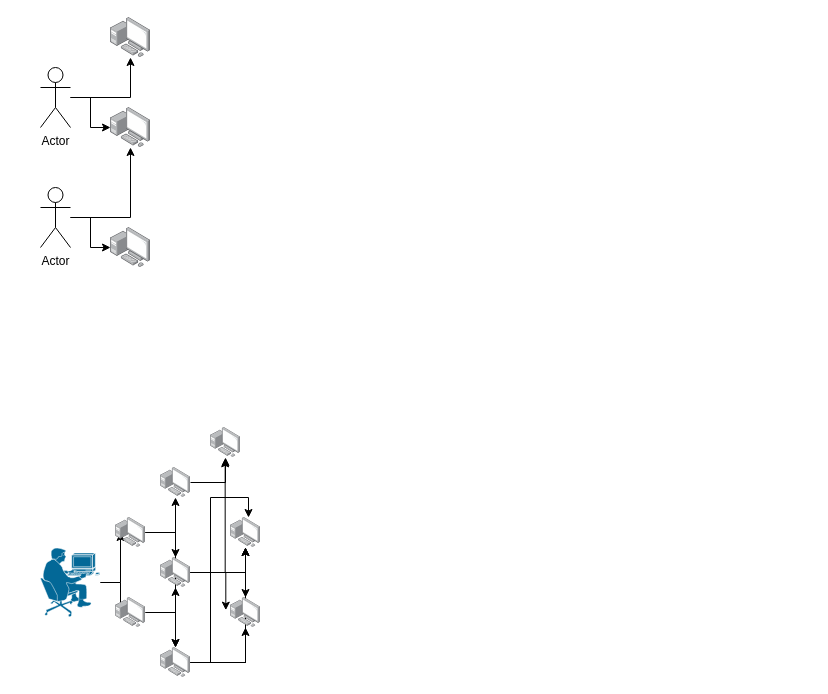
The draw.io diagram Untitled Diagram.drawio in manny-uncharted/Deep-learning-projects, before the edit. Source tidied: cells renumbered, new cells numbered last; positions are measured from the earlier drawing's top-left corner, leaving out a move shared by most shapes. Both pictures are drawn from the tidied source at 100%, with x=0, y=0 at pixel (40, 17).
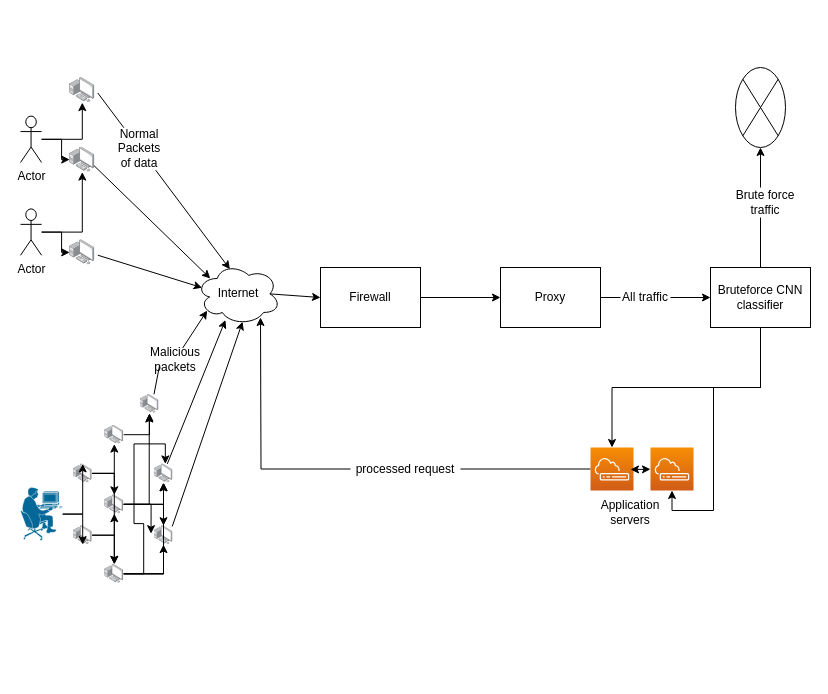
After the change.

Diff of the diagram source:
```diff
@@
-    <mxCell id="2" style="edgeStyle=orthogonalEdgeStyle;rounded=0;jettySize=auto;html=1;" parent="1" edge="1" source="4" target="8">
-      <mxGeometry relative="1" as="geometry" />
-    </mxCell>
-    <mxCell id="3" style="edgeStyle=orthogonalEdgeStyle;rounded=0;jettySize=auto;html=1;" parent="1" edge="1" source="4" target="9">
-      <mxGeometry relative="1" as="geometry" />
-    </mxCell>
+    <mxCell id="36" style="group;" parent="1" vertex="1">
+      <mxGeometry x="-20" y="60" width="260" height="510" as="geometry" />
+    </mxCell>
+    <mxCell id="37" value="Internet" style="ellipse;shape=cloud;whiteSpace=wrap;html=1;" parent="36" vertex="1">
+      <mxGeometry x="175.7" y="185.5" width="84.3" height="61.8" as="geometry" />
+    </mxCell>
+    <mxCell id="38" style="group;" parent="36" vertex="1">
+      <mxGeometry width="175.7" height="510" as="geometry" />
+    </mxCell>
-    <mxCell id="4" value="Actor" style="shape=umlActor;verticalLabelPosition=bottom;verticalAlign=top;html=1;" parent="1" vertex="1">
-      <mxGeometry y="50" width="30" height="60" as="geometry" />
+    <mxCell id="4" value="Actor" style="shape=umlActor;verticalLabelPosition=bottom;verticalAlign=top;html=1;" parent="38" vertex="1">
+      <mxGeometry y="38.6" width="21.1" height="46.4" as="geometry" />
     </mxCell>
-    <mxCell id="5" style="edgeStyle=orthogonalEdgeStyle;rounded=0;jettySize=auto;html=1;" parent="1" edge="1" source="7" target="9">
-      <mxGeometry relative="1" as="geometry" />
-    </mxCell>
-    <mxCell id="6" style="edgeStyle=orthogonalEdgeStyle;rounded=0;jettySize=auto;html=1;" parent="1" edge="1" source="7" target="10">
-      <mxGeometry relative="1" as="geometry" />
-    </mxCell>
-    <mxCell id="7" value="Actor" style="shape=umlActor;verticalLabelPosition=bottom;verticalAlign=top;html=1;" parent="1" vertex="1">
-      <mxGeometry y="170" width="30" height="60" as="geometry" />
+    <mxCell id="7" value="Actor" style="shape=umlActor;verticalLabelPosition=bottom;verticalAlign=top;html=1;" parent="38" vertex="1">
+      <mxGeometry y="131.4" width="21.1" height="46.4" as="geometry" />
     </mxCell>
-    <mxCell id="8" style="points=[];html=1;align=center;shadow=0;dashed=0;image;image=img/lib/allied_telesis/computer_and_terminals/Personal_Computer_with_Server.svg;" parent="1" vertex="1">
-      <mxGeometry x="70" width="40" height="40" as="geometry" />
+    <mxCell id="8" style="points=[];html=1;align=center;shadow=0;dashed=0;image;image=img/lib/allied_telesis/computer_and_terminals/Personal_Computer_with_Server.svg;" parent="38" vertex="1">
+      <mxGeometry x="49.2" width="25.1" height="25.1" as="geometry" />
     </mxCell>
-    <mxCell id="9" style="points=[];html=1;align=center;shadow=0;dashed=0;image;image=img/lib/allied_telesis/computer_and_terminals/Personal_Computer_with_Server.svg;" parent="1" vertex="1">
-      <mxGeometry x="70" y="90" width="40" height="40" as="geometry" />
-    </mxCell>
+    <mxCell id="2" style="edgeStyle=orthogonalEdgeStyle;rounded=0;jettySize=auto;html=1;" parent="38" edge="1" source="4" target="8">
+      <mxGeometry relative="1" as="geometry" />
+    </mxCell>
-    <mxCell id="10" style="points=[];html=1;align=center;shadow=0;dashed=0;image;image=img/lib/allied_telesis/computer_and_terminals/Personal_Computer_with_Server.svg;" parent="1" vertex="1">
-      <mxGeometry x="70" y="210" width="40" height="40" as="geometry" />
+    <mxCell id="10" style="points=[];html=1;align=center;shadow=0;dashed=0;image;image=img/lib/allied_telesis/computer_and_terminals/Personal_Computer_with_Server.svg;" parent="38" vertex="1">
+      <mxGeometry x="49.2" y="162.3" width="25.1" height="25.1" as="geometry" />
     </mxCell>
+    <mxCell id="6" style="edgeStyle=orthogonalEdgeStyle;rounded=0;jettySize=auto;html=1;" parent="38" edge="1" source="7" target="10">
+      <mxGeometry relative="1" as="geometry" />
+    </mxCell>
+    <mxCell id="13" style="shape=mxgraph.cisco.people.pc_man;html=1;dashed=0;fillColor=#036897;strokeColor=#ffffff;strokeWidth=2;verticalLabelPosition=bottom;verticalAlign=top;align=center;outlineConnect=0;" parent="38" vertex="1">
+      <mxGeometry y="409.5" width="42.2" height="54.1" as="geometry" />
+    </mxCell>
+    <mxCell id="17" style="points=[];html=1;align=center;shadow=0;dashed=0;image;image=img/lib/allied_telesis/computer_and_terminals/Personal_Computer_with_Server.svg;" parent="38" vertex="1">
+      <mxGeometry x="52.7" y="386.4" width="18.9" height="18.9" as="geometry" />
+    </mxCell>
-    <mxCell id="11" style="edgeStyle=orthogonalEdgeStyle;rounded=0;jettySize=auto;html=1;" parent="1" edge="1" source="13" target="17">
+    <mxCell id="11" style="edgeStyle=orthogonalEdgeStyle;rounded=0;jettySize=auto;html=1;" parent="38" edge="1" source="13" target="17">
       <mxGeometry relative="1" as="geometry" />
     </mxCell>
+    <mxCell id="20" style="points=[];html=1;align=center;shadow=0;dashed=0;image;image=img/lib/allied_telesis/computer_and_terminals/Personal_Computer_with_Server.svg;" parent="38" vertex="1">
+      <mxGeometry x="52.7" y="448.2" width="18.9" height="18.9" as="geometry" />
+    </mxCell>
-    <mxCell id="12" style="edgeStyle=orthogonalEdgeStyle;rounded=0;jettySize=auto;html=1;" parent="1" edge="1" source="13" target="20">
+    <mxCell id="12" style="edgeStyle=orthogonalEdgeStyle;rounded=0;jettySize=auto;html=1;" parent="38" edge="1" source="13" target="20">
       <mxGeometry relative="1" as="geometry" />
     </mxCell>
-    <mxCell id="13" style="shape=mxgraph.cisco.people.pc_man;html=1;dashed=0;fillColor=#036897;strokeColor=#ffffff;strokeWidth=2;verticalLabelPosition=bottom;verticalAlign=top;align=center;outlineConnect=0;" parent="1" vertex="1">
-      <mxGeometry y="530" width="60" height="70" as="geometry" />
-    </mxCell>
+    <mxCell id="22" style="points=[];html=1;align=center;shadow=0;dashed=0;image;image=img/lib/allied_telesis/computer_and_terminals/Personal_Computer_with_Server.svg;" parent="38" vertex="1">
+      <mxGeometry x="84.3" y="347.7" width="18.9" height="18.9" as="geometry" />
+    </mxCell>
-    <mxCell id="14" style="edgeStyle=orthogonalEdgeStyle;rounded=0;jettySize=auto;html=1;" parent="1" edge="1" source="17" target="22">
+    <mxCell id="14" style="edgeStyle=orthogonalEdgeStyle;rounded=0;jettySize=auto;html=1;" parent="38" edge="1" source="17" target="22">
       <mxGeometry relative="1" as="geometry" />
     </mxCell>
+    <mxCell id="27" style="points=[];html=1;align=center;shadow=0;dashed=0;image;image=img/lib/allied_telesis/computer_and_terminals/Personal_Computer_with_Server.svg;" parent="38" vertex="1">
+      <mxGeometry x="84.3" y="417.3" width="18.9" height="18.9" as="geometry" />
+    </mxCell>
-    <mxCell id="15" style="edgeStyle=orthogonalEdgeStyle;rounded=0;jettySize=auto;html=1;" parent="1" edge="1" source="17" target="27">
+    <mxCell id="15" style="edgeStyle=orthogonalEdgeStyle;rounded=0;jettySize=auto;html=1;" parent="38" edge="1" source="17" target="27">
       <mxGeometry relative="1" as="geometry" />
     </mxCell>
+    <mxCell id="19" style="edgeStyle=orthogonalEdgeStyle;rounded=0;jettySize=auto;html=1;" parent="38" edge="1" source="20" target="27">
+      <mxGeometry relative="1" as="geometry" />
+    </mxCell>
+    <mxCell id="32" style="points=[];html=1;align=center;shadow=0;dashed=0;image;image=img/lib/allied_telesis/computer_and_terminals/Personal_Computer_with_Server.svg;" parent="38" vertex="1">
+      <mxGeometry x="84.3" y="486.8" width="18.9" height="18.9" as="geometry" />
+    </mxCell>
-    <mxCell id="16" style="edgeStyle=orthogonalEdgeStyle;rounded=0;jettySize=auto;html=1;" parent="1" edge="1" source="17" target="32">
+    <mxCell id="16" style="edgeStyle=orthogonalEdgeStyle;rounded=0;jettySize=auto;html=1;" parent="38" edge="1" source="17" target="32">
       <mxGeometry relative="1" as="geometry" />
     </mxCell>
-    <mxCell id="17" style="points=[];html=1;align=center;shadow=0;dashed=0;image;image=img/lib/allied_telesis/computer_and_terminals/Personal_Computer_with_Server.svg;" parent="1" vertex="1">
-      <mxGeometry x="75" y="500" width="30" height="30" as="geometry" />
-    </mxCell>
-    <mxCell id="18" style="edgeStyle=orthogonalEdgeStyle;rounded=0;jettySize=auto;html=1;" parent="1" edge="1" source="20" target="32">
+    <mxCell id="18" style="edgeStyle=orthogonalEdgeStyle;rounded=0;jettySize=auto;html=1;" parent="38" edge="1" source="20" target="32">
       <mxGeometry relative="1" as="geometry" />
     </mxCell>
-    <mxCell id="19" style="edgeStyle=orthogonalEdgeStyle;rounded=0;jettySize=auto;html=1;" parent="1" edge="1" source="20" target="27">
-      <mxGeometry relative="1" as="geometry" />
-    </mxCell>
-    <mxCell id="20" style="points=[];html=1;align=center;shadow=0;dashed=0;image;image=img/lib/allied_telesis/computer_and_terminals/Personal_Computer_with_Server.svg;" parent="1" vertex="1">
-      <mxGeometry x="75" y="580" width="30" height="30" as="geometry" />
-    </mxCell>
-    <mxCell id="21" style="edgeStyle=orthogonalEdgeStyle;rounded=0;jettySize=auto;html=1;" parent="1" edge="1" source="22" target="35">
-      <mxGeometry relative="1" as="geometry" />
-    </mxCell>
-    <mxCell id="22" style="points=[];html=1;align=center;shadow=0;dashed=0;image;image=img/lib/allied_telesis/computer_and_terminals/Personal_Computer_with_Server.svg;" parent="1" vertex="1">
-      <mxGeometry x="120" y="450" width="30" height="30" as="geometry" />
-    </mxCell>
-    <mxCell id="23" style="edgeStyle=orthogonalEdgeStyle;rounded=0;jettySize=auto;html=1;" parent="1" edge="1" source="27" target="34">
-      <mxGeometry relative="1" as="geometry" />
-    </mxCell>
+    <mxCell id="33" style="points=[];html=1;align=center;shadow=0;dashed=0;image;image=img/lib/allied_telesis/computer_and_terminals/Personal_Computer_with_Server.svg;" parent="38" vertex="1">
+      <mxGeometry x="133.5" y="448.2" width="18.9" height="18.9" as="geometry" />
+    </mxCell>
-    <mxCell id="24" style="edgeStyle=orthogonalEdgeStyle;rounded=0;jettySize=auto;html=1;" parent="1" edge="1" source="27" target="33">
+    <mxCell id="24" style="edgeStyle=orthogonalEdgeStyle;rounded=0;jettySize=auto;html=1;" parent="38" edge="1" source="27" target="33">
       <mxGeometry relative="1" as="geometry" />
     </mxCell>
-    <mxCell id="25" style="edgeStyle=orthogonalEdgeStyle;rounded=0;jettySize=auto;html=1;entryX=-0.156;entryY=0.422;entryDx=0;entryDy=0;entryPerimeter=0;" parent="1" edge="1" source="27" target="33">
+    <mxCell id="25" style="edgeStyle=orthogonalEdgeStyle;rounded=0;jettySize=auto;html=1;entryX=-0.156;entryY=0.422;entryDx=0;entryDy=0;entryPerimeter=0;" parent="38" edge="1" source="27" target="33">
       <mxGeometry relative="1" as="geometry" />
     </mxCell>
-    <mxCell id="26" style="edgeStyle=orthogonalEdgeStyle;rounded=0;jettySize=auto;html=1;entryX=0.489;entryY=1.044;entryDx=0;entryDy=0;entryPerimeter=0;" parent="1" edge="1" source="27" target="35">
-      <mxGeometry relative="1" as="geometry" />
-    </mxCell>
-    <mxCell id="27" style="points=[];html=1;align=center;shadow=0;dashed=0;image;image=img/lib/allied_telesis/computer_and_terminals/Personal_Computer_with_Server.svg;" parent="1" vertex="1">
-      <mxGeometry x="120" y="540" width="30" height="30" as="geometry" />
-    </mxCell>
-    <mxCell id="28" style="edgeStyle=orthogonalEdgeStyle;rounded=0;jettySize=auto;html=1;" parent="1" edge="1" source="32" target="33">
+    <mxCell id="28" style="edgeStyle=orthogonalEdgeStyle;rounded=0;jettySize=auto;html=1;" parent="38" edge="1" source="32" target="33">
       <mxGeometry relative="1" as="geometry" />
     </mxCell>
+    <mxCell id="34" style="points=[];html=1;align=center;shadow=0;dashed=0;image;image=img/lib/allied_telesis/computer_and_terminals/Personal_Computer_with_Server.svg;" parent="38" vertex="1">
+      <mxGeometry x="133.5" y="386.4" width="18.9" height="18.9" as="geometry" />
+    </mxCell>
+    <mxCell id="23" style="edgeStyle=orthogonalEdgeStyle;rounded=0;jettySize=auto;html=1;" parent="38" edge="1" source="27" target="34">
+      <mxGeometry relative="1" as="geometry" />
+    </mxCell>
-    <mxCell id="29" style="edgeStyle=orthogonalEdgeStyle;rounded=0;jettySize=auto;html=1;" parent="1" edge="1" source="32" target="34">
+    <mxCell id="29" style="edgeStyle=orthogonalEdgeStyle;rounded=0;jettySize=auto;html=1;" parent="38" edge="1" source="32" target="34">
       <mxGeometry relative="1" as="geometry" />
     </mxCell>
-    <mxCell id="30" style="edgeStyle=orthogonalEdgeStyle;rounded=0;jettySize=auto;html=1;" parent="1" edge="1" source="32" target="34">
+    <mxCell id="30" style="edgeStyle=orthogonalEdgeStyle;rounded=0;jettySize=auto;html=1;" parent="38" edge="1" source="32" target="34">
       <mxGeometry relative="1" as="geometry" />
     </mxCell>
-    <mxCell id="31" style="edgeStyle=orthogonalEdgeStyle;rounded=0;jettySize=auto;html=1;entryX=0.6;entryY=0;entryDx=0;entryDy=0;entryPerimeter=0;" parent="1" edge="1" source="32" target="34">
+    <mxCell id="31" style="edgeStyle=orthogonalEdgeStyle;rounded=0;jettySize=auto;html=1;entryX=0.6;entryY=0;entryDx=0;entryDy=0;entryPerimeter=0;" parent="38" edge="1" source="32" target="34">
       <mxGeometry relative="1" as="geometry" />
     </mxCell>
-    <mxCell id="32" style="points=[];html=1;align=center;shadow=0;dashed=0;image;image=img/lib/allied_telesis/computer_and_terminals/Personal_Computer_with_Server.svg;" parent="1" vertex="1">
-      <mxGeometry x="120" y="630" width="30" height="30" as="geometry" />
-    </mxCell>
-    <mxCell id="33" style="points=[];html=1;align=center;shadow=0;dashed=0;image;image=img/lib/allied_telesis/computer_and_terminals/Personal_Computer_with_Server.svg;" parent="1" vertex="1">
-      <mxGeometry x="190" y="580" width="30" height="30" as="geometry" />
-    </mxCell>
-    <mxCell id="34" style="points=[];html=1;align=center;shadow=0;dashed=0;image;image=img/lib/allied_telesis/computer_and_terminals/Personal_Computer_with_Server.svg;" parent="1" vertex="1">
-      <mxGeometry x="190" y="500" width="30" height="30" as="geometry" />
-    </mxCell>
-    <mxCell id="35" style="points=[];html=1;align=center;shadow=0;dashed=0;image;image=img/lib/allied_telesis/computer_and_terminals/Personal_Computer_with_Server.svg;" parent="1" vertex="1">
-      <mxGeometry x="170" y="410" width="30" height="30" as="geometry" />
+    <mxCell id="35" style="points=[];html=1;align=center;shadow=0;dashed=0;image;image=img/lib/allied_telesis/computer_and_terminals/Personal_Computer_with_Server.svg;" parent="38" vertex="1">
+      <mxGeometry x="119.5" y="316.8" width="18.9" height="18.9" as="geometry" />
     </mxCell>
+    <mxCell id="21" style="edgeStyle=orthogonalEdgeStyle;rounded=0;jettySize=auto;html=1;" parent="38" edge="1" source="22" target="35">
+      <mxGeometry relative="1" as="geometry" />
+    </mxCell>
+    <mxCell id="26" style="edgeStyle=orthogonalEdgeStyle;rounded=0;jettySize=auto;html=1;entryX=0.489;entryY=1.044;entryDx=0;entryDy=0;entryPerimeter=0;" parent="38" edge="1" source="27" target="35">
+      <mxGeometry relative="1" as="geometry" />
+    </mxCell>
+    <mxCell id="39" style="endArrow=classic;html=1;rounded=0;entryX=0.4;entryY=0.1;entryDx=0;entryDy=0;entryPerimeter=0;" parent="38" edge="1" target="37">
+      <mxGeometry relative="1" as="geometry">
+        <mxPoint x="77.3" y="15.5" as="sourcePoint" />
+      </mxGeometry>
+    </mxCell>
+    <mxCell id="40" style="endArrow=classic;html=1;rounded=0;entryX=0.167;entryY=0.25;entryDx=0;entryDy=0;entryPerimeter=0;" parent="38" edge="1" target="37">
+      <mxGeometry relative="1" as="geometry">
+        <mxPoint x="70.3" y="85" as="sourcePoint" />
+      </mxGeometry>
+    </mxCell>
+    <mxCell id="41" style="endArrow=classic;html=1;rounded=0;entryX=0.07;entryY=0.4;entryDx=0;entryDy=0;entryPerimeter=0;" parent="38" edge="1" target="37">
+      <mxGeometry relative="1" as="geometry">
+        <mxPoint x="77.3" y="177.7" as="sourcePoint" />
+      </mxGeometry>
+    </mxCell>
+    <mxCell id="9" style="points=[];html=1;align=center;shadow=0;dashed=0;image;image=img/lib/allied_telesis/computer_and_terminals/Personal_Computer_with_Server.svg;" parent="38" vertex="1">
+      <mxGeometry x="49.2" y="69.5" width="25.1" height="25.1" as="geometry" />
+    </mxCell>
+    <mxCell id="3" style="edgeStyle=orthogonalEdgeStyle;rounded=0;jettySize=auto;html=1;" parent="38" edge="1" source="4" target="9">
+      <mxGeometry relative="1" as="geometry" />
+    </mxCell>
+    <mxCell id="5" style="edgeStyle=orthogonalEdgeStyle;rounded=0;jettySize=auto;html=1;" parent="38" edge="1" source="7" target="9">
+      <mxGeometry relative="1" as="geometry" />
+    </mxCell>
+    <mxCell id="42" value="Normal Packets of data" style="text;html=1;align=center;verticalAlign=middle;whiteSpace=wrap;rounded=0;fillColor=default;" parent="38" vertex="1">
+      <mxGeometry x="91.4" y="50.2" width="56.2" height="42.5" as="geometry" />
+    </mxCell>
+    <mxCell id="43" value="Malicious packets" style="text;html=1;strokeColor=none;fillColor=default;align=center;verticalAlign=middle;whiteSpace=wrap;rounded=0;" parent="38" vertex="1">
+      <mxGeometry x="133.5" y="270.5" width="42.2" height="23.2" as="geometry" />
+    </mxCell>
+    <mxCell id="44" style="endArrow=none;html=1;rounded=0;entryX=0.13;entryY=0.77;entryDx=0;entryDy=0;entryPerimeter=0;" parent="38" edge="1" target="43">
+      <mxGeometry relative="1" as="geometry">
+        <mxPoint x="133.5" y="316.8" as="sourcePoint" />
+      </mxGeometry>
+    </mxCell>
+    <mxCell id="45" style="endArrow=classic;html=1;rounded=0;entryX=0.13;entryY=0.77;entryDx=0;entryDy=0;entryPerimeter=0;startArrow=none;" parent="36" edge="1" source="43" target="37">
+      <mxGeometry relative="1" as="geometry" />
+    </mxCell>
+    <mxCell id="46" style="endArrow=classic;html=1;rounded=0;entryX=0.55;entryY=0.95;entryDx=0;entryDy=0;entryPerimeter=0;exitX=0.967;exitY=0.033;exitDx=0;exitDy=0;exitPerimeter=0;" parent="36" edge="1" source="33" target="37">
+      <mxGeometry relative="1" as="geometry" />
+    </mxCell>
+    <mxCell id="47" style="endArrow=classic;html=1;rounded=0;entryX=0.347;entryY=0.921;entryDx=0;entryDy=0;entryPerimeter=0;" parent="36" edge="1" source="34" target="37">
+      <mxGeometry relative="1" as="geometry" />
+    </mxCell>
+    <mxCell id="48" value="Firewall" style="rounded=0;whiteSpace=wrap;html=1;fillColor=default;" parent="1" vertex="1">
+      <mxGeometry x="280" y="250" width="100" height="60" as="geometry" />
+    </mxCell>
+    <mxCell id="49" value="Proxy" style="rounded=0;whiteSpace=wrap;html=1;fillColor=default;" parent="1" vertex="1">
+      <mxGeometry x="460" y="250" width="100" height="60" as="geometry" />
+    </mxCell>
+    <mxCell id="50" style="edgeStyle=orthogonalEdgeStyle;rounded=0;jettySize=auto;html=1;exitX=0.5;exitY=1;exitDx=0;exitDy=0;entryX=0.5;entryY=0;entryDx=0;entryDy=0;entryPerimeter=0;" parent="1" edge="1" source="52" target="61">
+      <mxGeometry relative="1" as="geometry" />
+    </mxCell>
+    <mxCell id="51" style="edgeStyle=orthogonalEdgeStyle;rounded=0;jettySize=auto;html=1;entryX=0.5;entryY=1;entryDx=0;entryDy=0;entryPerimeter=0;" parent="1" edge="1" source="52" target="62">
+      <mxGeometry relative="1" as="geometry">
+        <Array as="points">
+          <mxPoint x="720" y="370" />
+          <mxPoint x="673" y="370" />
+          <mxPoint x="673" y="493" />
+          <mxPoint x="632" y="493" />
+        </Array>
+      </mxGeometry>
+    </mxCell>
+    <mxCell id="52" value="Bruteforce CNN classifier" style="rounded=0;whiteSpace=wrap;html=1;fillColor=default;" parent="1" vertex="1">
+      <mxGeometry x="670" y="250" width="100" height="60" as="geometry" />
+    </mxCell>
+    <mxCell id="53" style="endArrow=classic;html=1;rounded=0;exitX=0.875;exitY=0.5;exitDx=0;exitDy=0;exitPerimeter=0;entryX=0;entryY=0.5;entryDx=0;entryDy=0;" parent="1" edge="1" source="37" target="48">
+      <mxGeometry relative="1" as="geometry" />
+    </mxCell>
+    <mxCell id="54" style="endArrow=classic;html=1;rounded=0;exitX=1;exitY=0.5;exitDx=0;exitDy=0;entryX=0;entryY=0.5;entryDx=0;entryDy=0;" parent="1" edge="1" source="48" target="49">
+      <mxGeometry relative="1" as="geometry" />
+    </mxCell>
+    <mxCell id="55" style="endArrow=classic;html=1;rounded=0;entryX=0;entryY=0.5;entryDx=0;entryDy=0;" parent="1" edge="1" target="52">
+      <mxGeometry relative="1" as="geometry">
+        <mxPoint x="560" y="280" as="sourcePoint" />
+      </mxGeometry>
+    </mxCell>
+    <mxCell id="56" style="shape=sumEllipse;perimeter=ellipsePerimeter;whiteSpace=wrap;html=1;backgroundOutline=1;fillColor=default;" parent="1" vertex="1">
+      <mxGeometry x="695" y="50" width="50" height="80" as="geometry" />
+    </mxCell>
+    <mxCell id="57" style="endArrow=classic;html=1;rounded=0;exitX=0.5;exitY=0;exitDx=0;exitDy=0;" parent="1" edge="1" source="52" target="56">
+      <mxGeometry relative="1" as="geometry" />
+    </mxCell>
+    <mxCell id="58" value="Brute force traffic&lt;br&gt;" style="text;html=1;strokeColor=none;fillColor=default;align=center;verticalAlign=middle;whiteSpace=wrap;rounded=0;" parent="1" vertex="1">
+      <mxGeometry x="680" y="170" width="90" height="30" as="geometry" />
+    </mxCell>
+    <mxCell id="59" value="All traffic" style="text;html=1;strokeColor=none;fillColor=default;align=center;verticalAlign=middle;whiteSpace=wrap;rounded=0;" parent="1" vertex="1">
+      <mxGeometry x="580" y="265" width="50" height="30" as="geometry" />
+    </mxCell>
+    <mxCell id="60" style="edgeStyle=orthogonalEdgeStyle;rounded=0;jettySize=auto;html=1;" parent="1" edge="1" source="61">
+      <mxGeometry relative="1" as="geometry">
+        <mxPoint x="220" y="300" as="targetPoint" />
+      </mxGeometry>
+    </mxCell>
+    <mxCell id="61" style="sketch=0;points=[[0,0,0],[0.25,0,0],[0.5,0,0],[0.75,0,0],[1,0,0],[0,1,0],[0.25,1,0],[0.5,1,0],[0.75,1,0],[1,1,0],[0,0.25,0],[0,0.5,0],[0,0.75,0],[1,0.25,0],[1,0.5,0],[1,0.75,0]];outlineConnect=0;fontColor=#232F3E;gradientColor=#F78E04;gradientDirection=north;fillColor=#D05C17;strokeColor=#ffffff;dashed=0;verticalLabelPosition=bottom;verticalAlign=top;align=center;html=1;fontSize=12;fontStyle=0;shape=mxgraph.aws4.resourceIcon;resIcon=mxgraph.aws4.outposts_1u_and_2u_servers;" parent="1" vertex="1">
+      <mxGeometry x="550" y="430" width="43" height="43" as="geometry" />
+    </mxCell>
+    <mxCell id="62" style="sketch=0;points=[[0,0,0],[0.25,0,0],[0.5,0,0],[0.75,0,0],[1,0,0],[0,1,0],[0.25,1,0],[0.5,1,0],[0.75,1,0],[1,1,0],[0,0.25,0],[0,0.5,0],[0,0.75,0],[1,0.25,0],[1,0.5,0],[1,0.75,0]];outlineConnect=0;fontColor=#232F3E;gradientColor=#F78E04;gradientDirection=north;fillColor=#D05C17;strokeColor=#ffffff;dashed=0;verticalLabelPosition=bottom;verticalAlign=top;align=center;html=1;fontSize=12;fontStyle=0;shape=mxgraph.aws4.resourceIcon;resIcon=mxgraph.aws4.outposts_1u_and_2u_servers;" parent="1" vertex="1">
+      <mxGeometry x="610" y="430" width="43" height="43" as="geometry" />
+    </mxCell>
+    <mxCell id="63" value="Application servers" style="text;html=1;strokeColor=none;fillColor=none;align=center;verticalAlign=middle;whiteSpace=wrap;rounded=0;" parent="1" vertex="1">
+      <mxGeometry x="560" y="480" width="60" height="30" as="geometry" />
+    </mxCell>
+    <mxCell id="64" style="endArrow=classic;startArrow=classic;html=1;rounded=0;" parent="1" edge="1" target="62">
+      <mxGeometry relative="1" as="geometry">
+        <mxPoint x="590" y="452" as="sourcePoint" />
+      </mxGeometry>
+    </mxCell>
+    <mxCell id="65" value="processed request" style="text;html=1;strokeColor=none;fillColor=default;align=center;verticalAlign=middle;whiteSpace=wrap;rounded=0;" parent="1" vertex="1">
+      <mxGeometry x="310" y="436.5" width="110" height="30" as="geometry" />
+    </mxCell>
```
